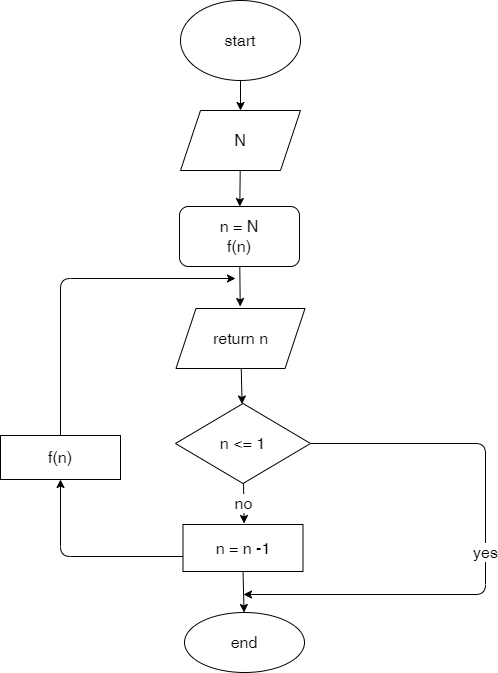
sergdmi/3-Code keeps this draw.io diagram as Homework/Lesson09/task64/alg.drawio.png. Above is the earlier version. Source tidied: cells renumbered, new cells last; positions are measured from the earlier drawing's top-left corner, leaving out a move shared by most shapes.
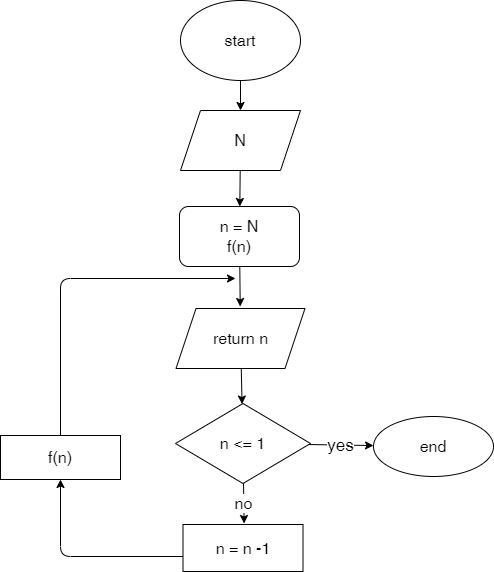
After the change.

The edit, as a diff of the source:
```diff
@@ -19,14 +19,8 @@
         <mxPoint x="243.6" y="523" as="targetPoint" />
       </mxGeometry>
     </mxCell>
-    <mxCell id="7" value="yes" style="edgeStyle=none;html=1;fontSize=16;" parent="1" edge="1" source="8">
-      <mxGeometry relative="1" as="geometry">
-        <mxPoint x="243" y="594" as="targetPoint" />
-        <Array as="points">
-          <mxPoint x="485" y="443" />
-          <mxPoint x="485" y="594" />
-        </Array>
-      </mxGeometry>
+    <mxCell id="7" value="yes" style="edgeStyle=none;html=1;fontSize=17;" parent="1" edge="1" source="8" target="13">
+      <mxGeometry relative="1" as="geometry" />
     </mxCell>
     <mxCell id="8" value="n &amp;lt;= 1" style="rhombus;whiteSpace=wrap;html=1;fontSize=16;" parent="1" vertex="1">
       <mxGeometry x="175" y="403" width="135" height="80" as="geometry" />
@@ -39,9 +33,6 @@
         </Array>
       </mxGeometry>
     </mxCell>
-    <mxCell id="10" style="edgeStyle=none;html=1;fontSize=16;exitX=0.5;exitY=1;exitDx=0;exitDy=0;" parent="1" edge="1" source="18" target="13">
-      <mxGeometry relative="1" as="geometry" />
-    </mxCell>
     <mxCell id="11" style="edgeStyle=none;html=1;fontSize=16;" parent="1" edge="1" source="12">
       <mxGeometry relative="1" as="geometry">
         <mxPoint x="235" y="278" as="targetPoint" />
@@ -54,7 +45,7 @@
       <mxGeometry y="435" width="120" height="44" as="geometry" />
     </mxCell>
     <mxCell id="13" value="end" style="ellipse;whiteSpace=wrap;html=1;fontSize=16;" parent="1" vertex="1">
-      <mxGeometry x="184" y="612" width="120" height="60" as="geometry" />
+      <mxGeometry x="373" y="416" width="120" height="60" as="geometry" />
     </mxCell>
     <mxCell id="14" style="edgeStyle=none;html=1;fontSize=16;" parent="1" edge="1" source="15">
       <mxGeometry relative="1" as="geometry">
```
